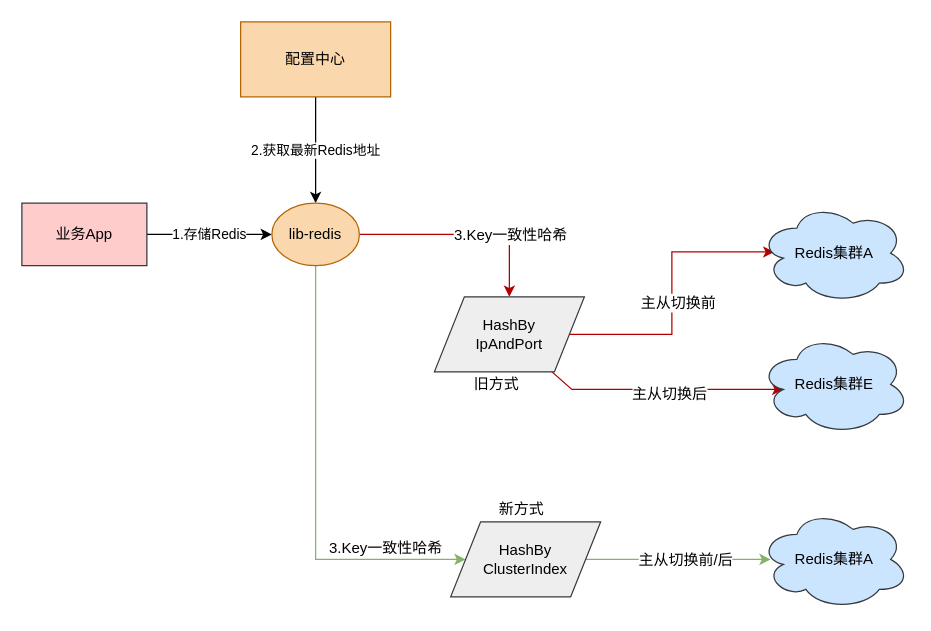
MouGG/drawio keeps this draw.io diagram as Redis-shard.drawio. Above is the earlier version. Source tidied: cells renumbered, new cells numbered last; positions are measured from the earlier drawing's top-left corner, leaving out a move shared by most shapes. Both pictures are drawn from the tidied source at 125%, with x=0, y=0 at pixel (21, 21).
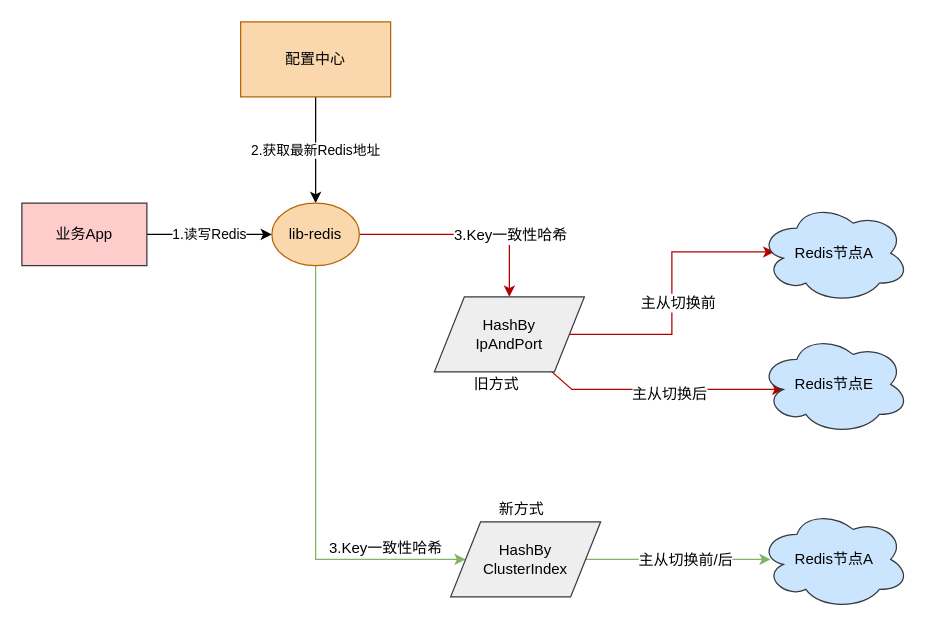
The same page after the edit.

Unchanged cells that the change refers to:
```xml
<mxCell id="5" value="&lt;div&gt;业务App&lt;/div&gt;" style="rounded=0;whiteSpace=wrap;html=1;fillColor=#ffcccc;strokeColor=#36393d;" parent="1" vertex="1">
  <mxGeometry y="145" width="100" height="50" as="geometry" />
</mxCell>
<mxCell id="10" value="lib-redis" style="ellipse;whiteSpace=wrap;html=1;fillColor=#fad7ac;strokeColor=#b46504;" parent="1" vertex="1">
  <mxGeometry x="200" y="145" width="70" height="50" as="geometry" />
</mxCell>
```

Diff of the diagram source:
```diff
@@
-    <mxCell id="4" value="1.存储Redis" style="edgeStyle=orthogonalEdgeStyle;rounded=0;jettySize=auto;html=1;entryX=0;entryY=0.5;entryDx=0;entryDy=0;" parent="1" edge="1" source="5" target="10">
+    <mxCell id="4" value="1.读写Redis" style="edgeStyle=orthogonalEdgeStyle;rounded=0;jettySize=auto;html=1;entryX=0;entryY=0.5;entryDx=0;entryDy=0;" parent="1" edge="1" source="5" target="10">
       <mxGeometry relative="1" as="geometry" />
     </mxCell>
@@
-    <mxCell id="19" value="Redis集群A" style="ellipse;shape=cloud;whiteSpace=wrap;html=1;fillColor=#cce5ff;strokeColor=#36393d;" parent="1" vertex="1">
+    <mxCell id="19" value="Redis节点A" style="ellipse;shape=cloud;whiteSpace=wrap;html=1;fillColor=#cce5ff;strokeColor=#36393d;" parent="1" vertex="1">
       <mxGeometry x="590" y="145" width="120" height="80" as="geometry" />
     </mxCell>
-    <mxCell id="20" value="Redis集群E" style="ellipse;shape=cloud;whiteSpace=wrap;html=1;fillColor=#cce5ff;strokeColor=#36393d;" parent="1" vertex="1">
+    <mxCell id="20" value="Redis节点E" style="ellipse;shape=cloud;whiteSpace=wrap;html=1;fillColor=#cce5ff;strokeColor=#36393d;" parent="1" vertex="1">
       <mxGeometry x="590" y="250" width="120" height="80" as="geometry" />
     </mxCell>
-    <mxCell id="21" value="Redis集群A" style="ellipse;shape=cloud;whiteSpace=wrap;html=1;fillColor=#cce5ff;strokeColor=#36393d;" parent="1" vertex="1">
+    <mxCell id="21" value="Redis节点A" style="ellipse;shape=cloud;whiteSpace=wrap;html=1;fillColor=#cce5ff;strokeColor=#36393d;" parent="1" vertex="1">
       <mxGeometry x="590" y="390" width="120" height="80" as="geometry" />
     </mxCell>
```
